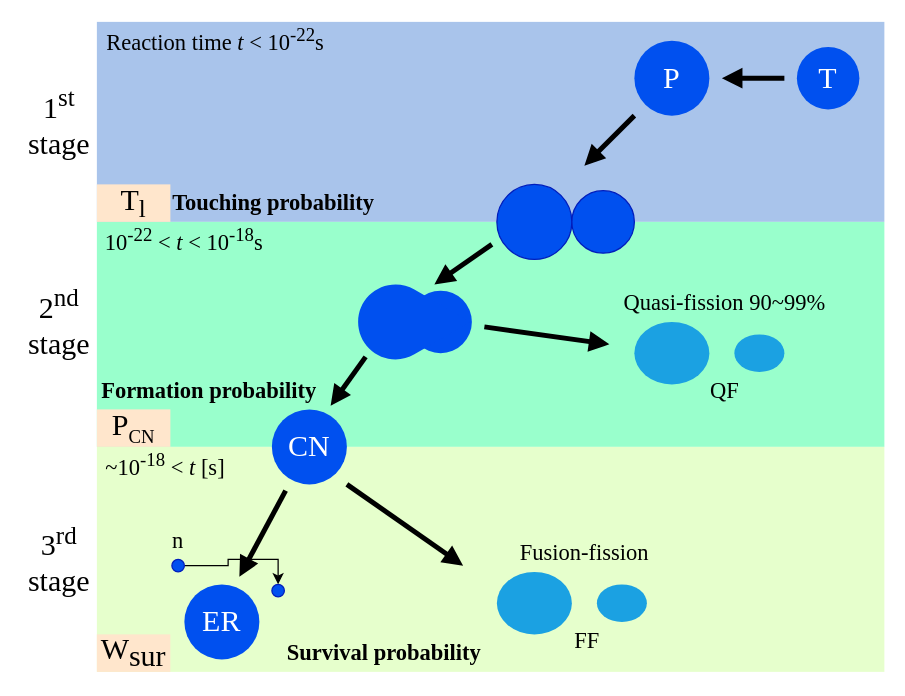
The draw.io diagram XMLfile/融合過程.drawio in Kohta-jp/graph, before the edit. Source tidied: cells renumbered, new cells numbered last; positions are measured from the earlier drawing's top-left corner, leaving out a move shared by most shapes. Both pictures are drawn from the tidied source at 125%, with x=0, y=0 at pixel (21, 21).
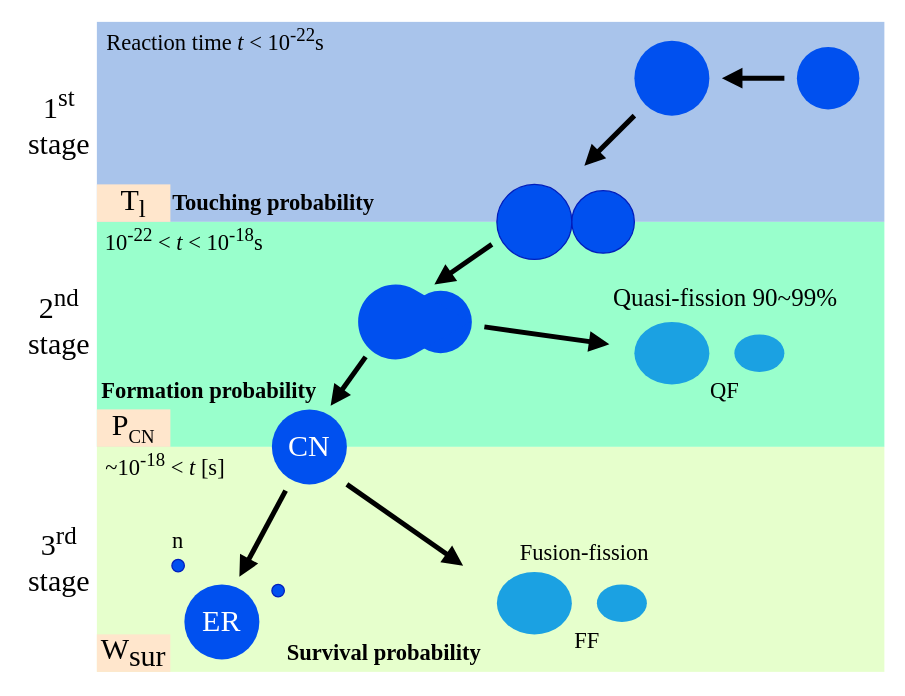
Above is the later version.

Commit message:
融合過程.drawio を更新します

The change refers to these unchanged cells:
```xml
<mxCell id="31" style="ellipse;whiteSpace=wrap;html=1;strokeColor=#001DBC;fillColor=#0050ef;fontColor=#ffffff;" parent="1" vertex="1">
  <mxGeometry x="200" y="450" width="10" height="10" as="geometry" />
</mxCell>
<mxCell id="33" style="ellipse;whiteSpace=wrap;html=1;strokeColor=#001DBC;fillColor=#0050ef;fontColor=#ffffff;" parent="1" vertex="1">
  <mxGeometry x="120" y="430" width="10" height="10" as="geometry" />
</mxCell>
```

The edit, as a diff of the source:
```diff
@@
-    <mxCell id="8" value="&lt;font style=&quot;font-size: 24px;&quot; face=&quot;Times New Roman&quot;&gt;T&lt;/font&gt;" style="ellipse;whiteSpace=wrap;html=1;fillColor=#0050ef;fontColor=#ffffff;strokeColor=none;" parent="1" vertex="1">
+    <mxCell id="8" style="ellipse;whiteSpace=wrap;html=1;fillColor=#0050ef;fontColor=#ffffff;strokeColor=none;" parent="1" vertex="1">
       <mxGeometry x="620" y="20" width="50" height="50" as="geometry" />
     </mxCell>
-    <mxCell id="9" value="&lt;font style=&quot;font-size: 24px;&quot; face=&quot;Times New Roman&quot;&gt;P&lt;/font&gt;" style="ellipse;whiteSpace=wrap;html=1;fillColor=#0050ef;fontColor=#ffffff;strokeColor=none;" parent="1" vertex="1">
+    <mxCell id="9" style="ellipse;whiteSpace=wrap;html=1;fillColor=#0050ef;fontColor=#ffffff;strokeColor=none;" parent="1" vertex="1">
       <mxGeometry x="490" y="15" width="60" height="60" as="geometry" />
     </mxCell>
@@
-    <mxCell id="17" value="&lt;font style=&quot;font-size: 18px;&quot;&gt;Quasi-fission 90~99%&lt;/font&gt;" style="text;html=1;strokeColor=none;fillColor=none;align=center;verticalAlign=middle;whiteSpace=wrap;rounded=0;fontSize=18;fontFamily=Times New Roman;fontColor=#000000;" parent="1" vertex="1">
-      <mxGeometry x="480" y="210" width="165" height="30" as="geometry" />
+    <mxCell id="17" value="&lt;font style=&quot;font-size: 20px;&quot;&gt;Quasi-fission 90~99%&lt;/font&gt;" style="text;html=1;strokeColor=none;fillColor=none;align=center;verticalAlign=middle;whiteSpace=wrap;rounded=0;fontSize=20;fontFamily=Times New Roman;fontColor=#000000;" parent="1" vertex="1">
+      <mxGeometry x="468.8" y="200" width="187.5" height="40" as="geometry" />
     </mxCell>
@@
-    <mxCell id="32" style="edgeStyle=orthogonalEdgeStyle;rounded=0;jettySize=auto;html=1;" parent="1" edge="1" source="33" target="31">
-      <mxGeometry relative="1" as="geometry" />
-    </mxCell>
```
